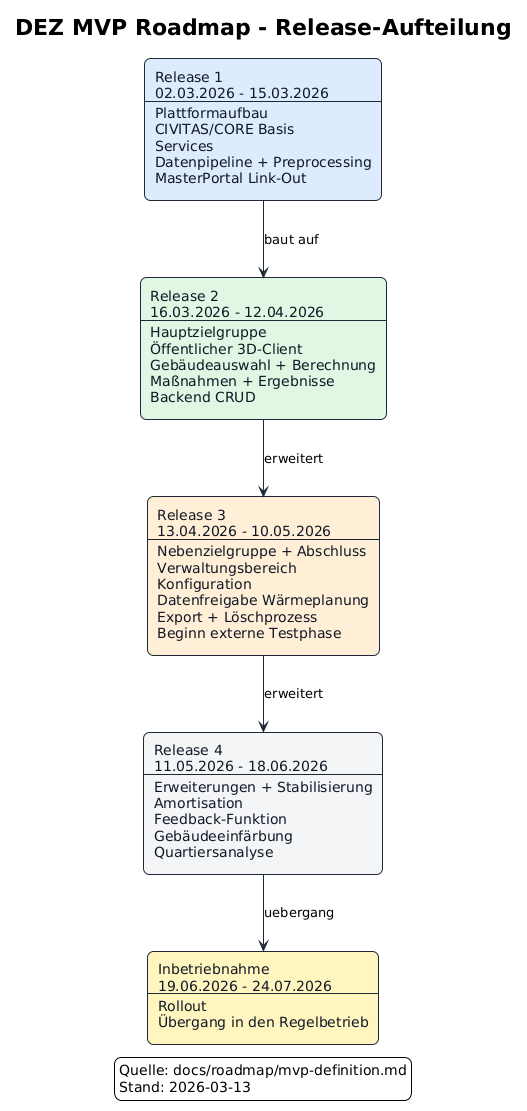
csi-FOXBYTE/Regensburg_DigitalerEnergieZwilling_Backend keeps this PlantUML diagram as docs/roadmap/attachments/mvp-roadmap.png. Above is the earlier version.
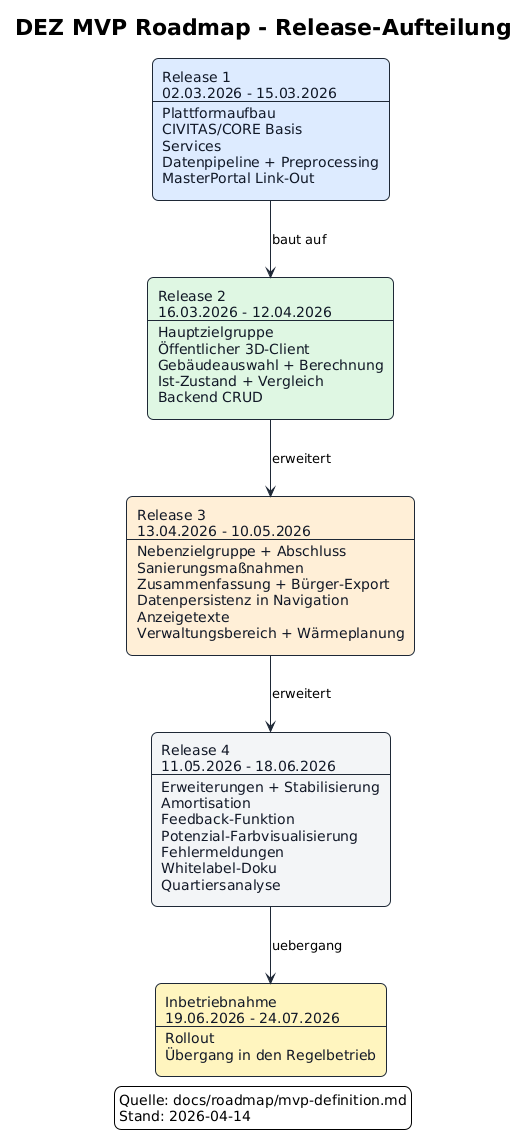
The same file after the commit.

Diff of the diagram source:
```diff
@@ -15,11 +15,11 @@
 
 rectangle "Release 1\n02.03.2026 - 15.03.2026\n---\nPlattformaufbau\nCIVITAS/CORE Basis\nServices\nDatenpipeline + Preprocessing\nMasterPortal Link-Out" as R1 #DCEBFF
 
-rectangle "Release 2\n16.03.2026 - 12.04.2026\n---\nHauptzielgruppe\nÖffentlicher 3D-Client\nGebäudeauswahl + Berechnung\nMaßnahmen + Ergebnisse\nBackend CRUD" as R2 #DFF7E2
+rectangle "Release 2\n16.03.2026 - 12.04.2026\n---\nHauptzielgruppe\nÖffentlicher 3D-Client\nGebäudeauswahl + Berechnung\nIst-Zustand + Vergleich\nBackend CRUD" as R2 #DFF7E2
 
-rectangle "Release 3\n13.04.2026 - 10.05.2026\n---\nNebenzielgruppe + Abschluss\nVerwaltungsbereich\nKonfiguration\nDatenfreigabe Wärmeplanung\nExport + Löschprozess\nBeginn externe Testphase" as R3 #FFEFD6
+rectangle "Release 3\n13.04.2026 - 10.05.2026\n---\nNebenzielgruppe + Abschluss\nSanierungsmaßnahmen\nZusammenfassung + Bürger-Export\nDatenpersistenz in Navigation\nAnzeigetexte\nVerwaltungsbereich + Wärmeplanung" as R3 #FFEFD6
 
-rectangle "Release 4\n11.05.2026 - 18.06.2026\n---\nErweiterungen + Stabilisierung\nAmortisation\nFeedback-Funktion\nGebäudeeinfärbung\nQuartiersanalyse" as R4 #F3F4F6
+rectangle "Release 4\n11.05.2026 - 18.06.2026\n---\nErweiterungen + Stabilisierung\nAmortisation\nFeedback-Funktion\nPotenzial-Farbvisualisierung\nFehlermeldungen\nWhitelabel-Doku\nQuartiersanalyse" as R4 #F3F4F6
 
 rectangle "Inbetriebnahme\n19.06.2026 - 24.07.2026\n---\nRollout\nÜbergang in den Regelbetrieb" as GO #FFF4BF
 
@@ -30,6 +30,7 @@
 
 legend right
   Quelle: docs/roadmap/mvp-definition.md
-  Stand: 2026-03-13
+  Stand: 2026-04-14
 endlegend
+
 @enduml
```
